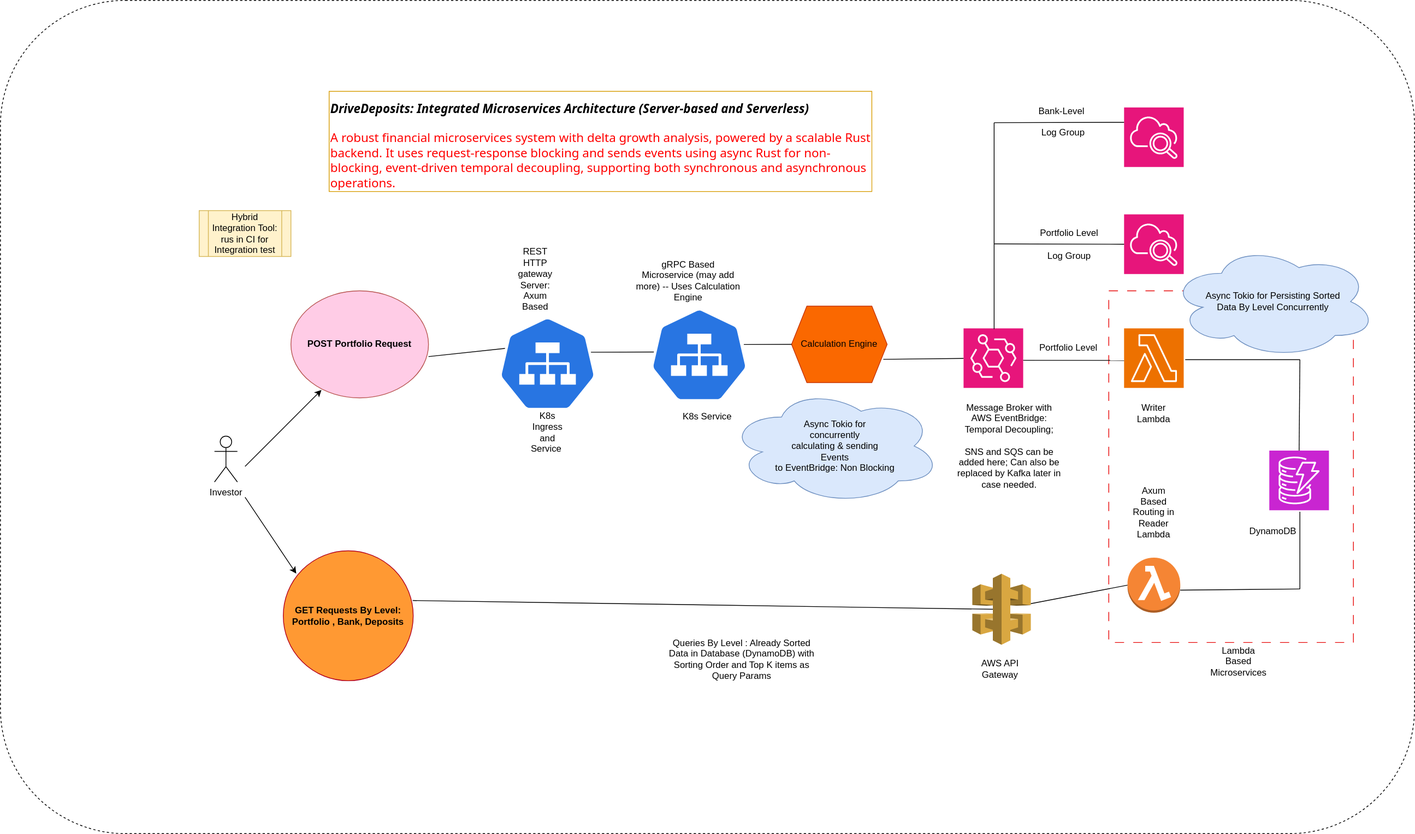
Earlier version of the draw.io export DriveDeposits.drawio.svg (rsachdeva/drive-deposits). Source tidied: cells renumbered, new cells last; positions are measured from the earlier drawing's top-left corner, leaving out a move shared by most shapes.
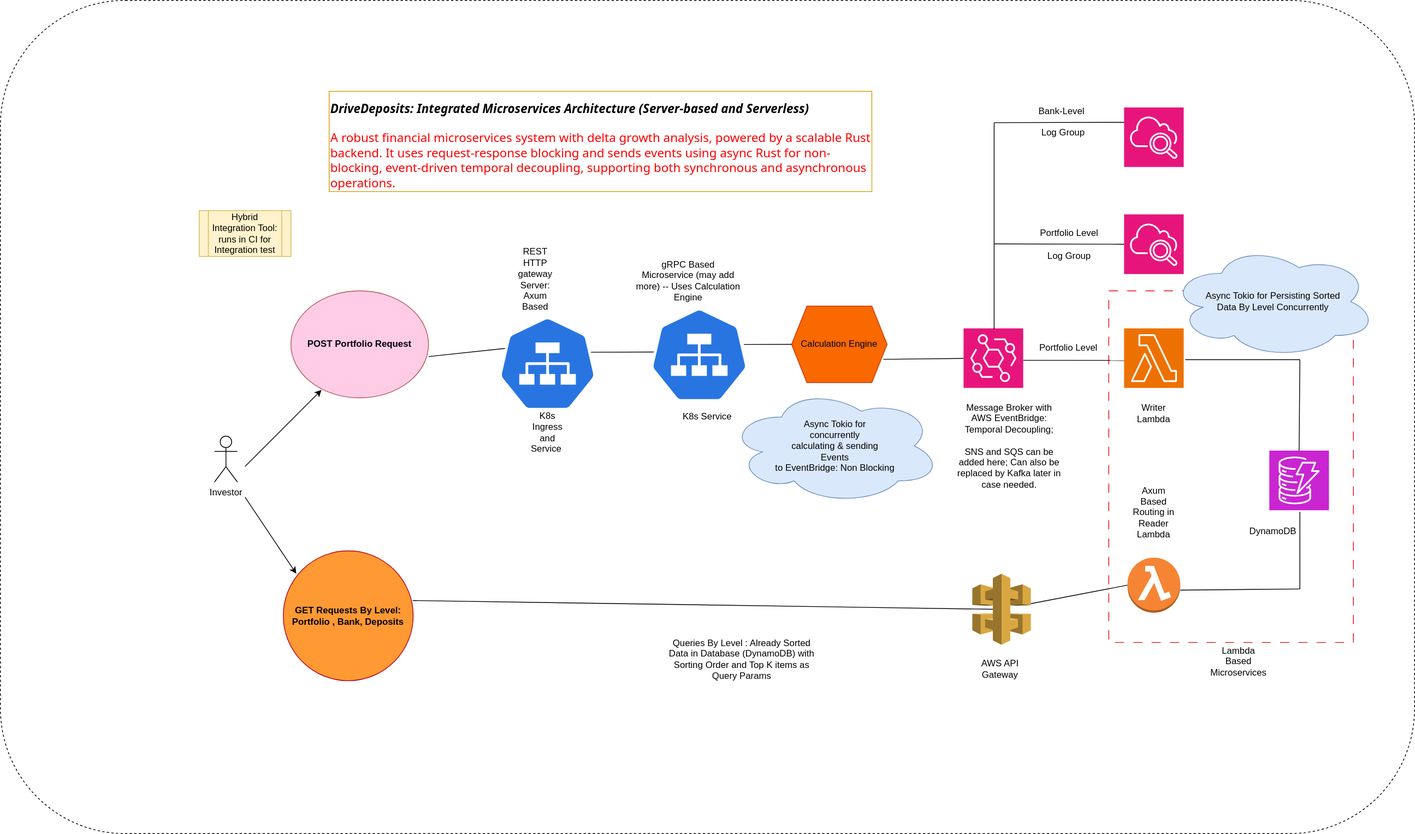
The same diagram one commit later.

Commit message:
system diagram update

Change to the diagram source:
```diff
@@ -189,7 +189,7 @@
     <mxCell id="51" value="K8s Ingress and Service&amp;nbsp;" style="text;html=1;strokeColor=none;fillColor=none;align=center;verticalAlign=middle;whiteSpace=wrap;rounded=0;" parent="1" vertex="1">
       <mxGeometry x="685.8" y="550" width="60" height="30" as="geometry" />
     </mxCell>
-    <mxCell id="52" value="Hybrid Integration Tool: rus in CI for Integration test" style="shape=process;whiteSpace=wrap;html=1;backgroundOutline=1;fillColor=#fff2cc;strokeColor=#d6b656;" parent="1" vertex="1">
+    <mxCell id="52" value="Hybrid Integration Tool: runs in CI for Integration test" style="shape=process;whiteSpace=wrap;html=1;backgroundOutline=1;fillColor=#fff2cc;strokeColor=#d6b656;" parent="1" vertex="1">
       <mxGeometry x="260" y="275" width="120" height="60" as="geometry" />
     </mxCell>
     <mxCell id="53" value="Writer Lambda" style="text;html=1;strokeColor=none;fillColor=none;align=center;verticalAlign=middle;whiteSpace=wrap;rounded=0;" parent="1" vertex="1">
```
